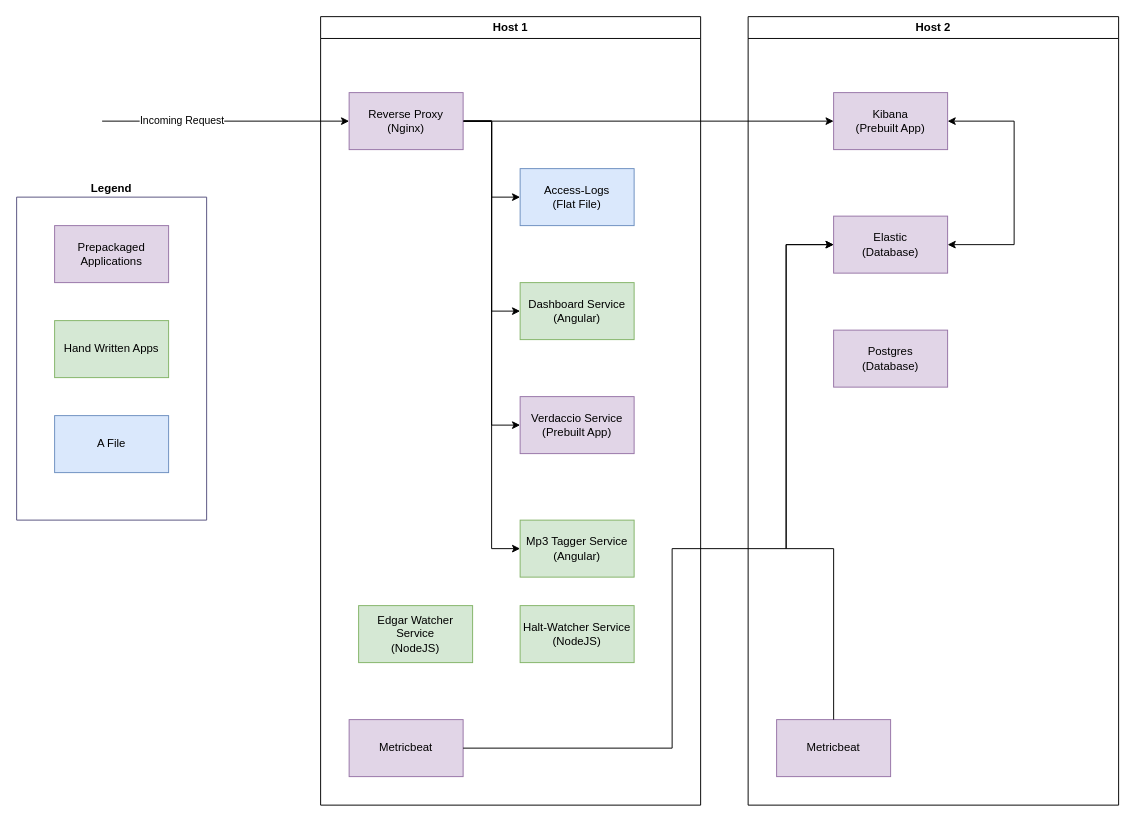
moondc/architecture-diagram keeps this draw.io diagram as page "Services" (2 of 3) of Architecture.drawio. Above is the earlier version. Source tidied: cells renumbered, new cells numbered last; positions are measured from the earlier drawing's top-left corner, leaving out a move shared by most shapes. Both pictures are drawn from the tidied source at 95%, with x=0, y=0 at pixel (16, 16).
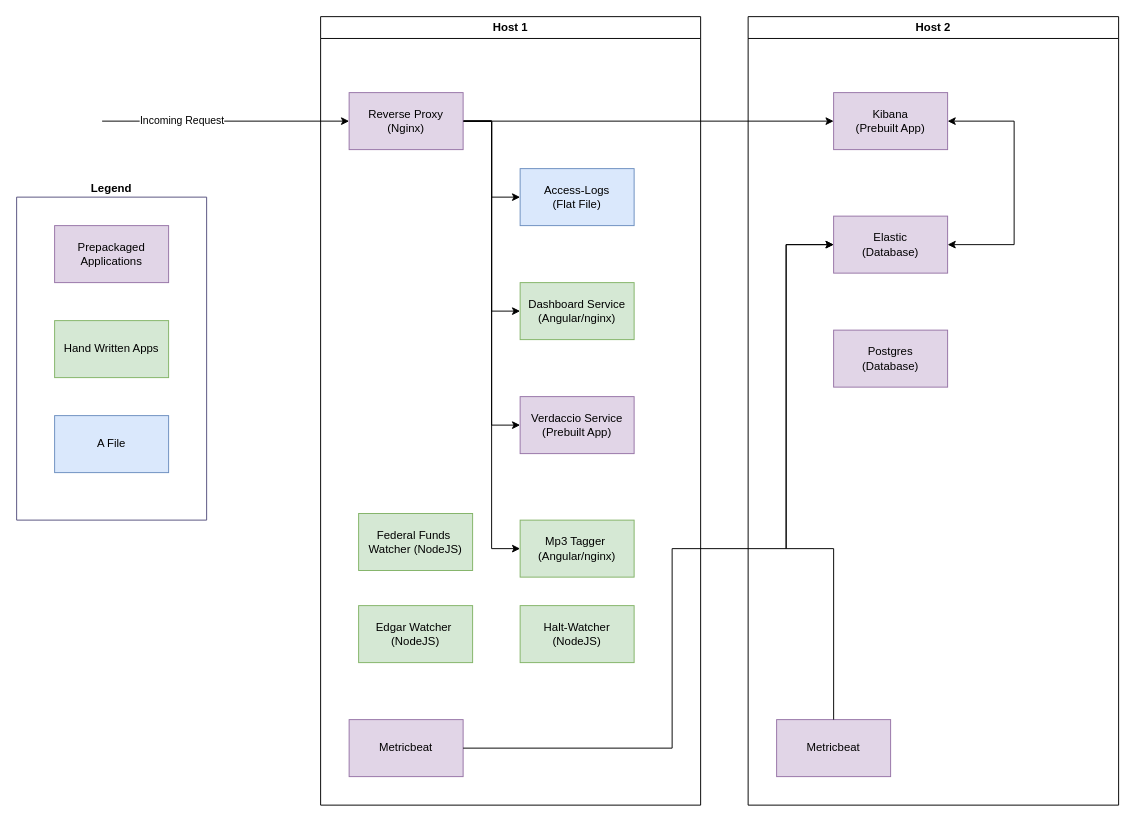
The same diagram, later.

Commit message:
updating arch diagram

Unchanged cells that the change refers to:
```xml
<mxCell id="2" value="Host 1" style="swimlane;whiteSpace=wrap;html=1;fillStyle=auto;gradientColor=none;" parent="1" vertex="1">
  <mxGeometry x="320" width="400" height="830" as="geometry" />
</mxCell>
```

The edit, as a diff of the source:
```diff
@@
-    <mxCell id="9" value="Dashboard Service&lt;div&gt;(Angular)&lt;/div&gt;" style="rounded=0;whiteSpace=wrap;html=1;fillColor=#d5e8d4;strokeColor=#82b366;" parent="2" vertex="1">
+    <mxCell id="9" value="Dashboard Service&lt;div&gt;(Angular/nginx)&lt;/div&gt;" style="rounded=0;whiteSpace=wrap;html=1;fillColor=#d5e8d4;strokeColor=#82b366;" parent="2" vertex="1">
       <mxGeometry x="210" y="280" width="120" height="60" as="geometry" />
     </mxCell>
@@
-    <mxCell id="12" value="Mp3 Tagger Service&lt;div&gt;(Angular)&lt;/div&gt;" style="rounded=0;whiteSpace=wrap;html=1;fillColor=#d5e8d4;strokeColor=#82b366;" parent="2" vertex="1">
+    <mxCell id="12" value="Mp3 Tagger&amp;nbsp;&lt;div&gt;(Angular/nginx)&lt;/div&gt;" style="rounded=0;whiteSpace=wrap;html=1;fillColor=#d5e8d4;strokeColor=#82b366;" parent="2" vertex="1">
       <mxGeometry x="210" y="530" width="120" height="60" as="geometry" />
     </mxCell>
-    <mxCell id="13" value="Edgar Watcher Service&lt;div&gt;(NodeJS)&lt;/div&gt;" style="rounded=0;whiteSpace=wrap;html=1;fillColor=#d5e8d4;strokeColor=#82b366;" parent="2" vertex="1">
+    <mxCell id="13" value="Edgar Watcher&amp;nbsp;&lt;div&gt;&lt;div&gt;(NodeJS)&lt;/div&gt;&lt;/div&gt;" style="rounded=0;whiteSpace=wrap;html=1;fillColor=#d5e8d4;strokeColor=#82b366;" parent="2" vertex="1">
       <mxGeometry x="40" y="620" width="120" height="60" as="geometry" />
     </mxCell>
-    <mxCell id="14" value="Halt-Watcher Service&lt;div&gt;(NodeJS)&lt;/div&gt;" style="rounded=0;whiteSpace=wrap;html=1;fillColor=#d5e8d4;strokeColor=#82b366;" parent="2" vertex="1">
+    <mxCell id="14" value="Halt-Watcher&lt;div&gt;(NodeJS)&lt;/div&gt;" style="rounded=0;whiteSpace=wrap;html=1;fillColor=#d5e8d4;strokeColor=#82b366;" parent="2" vertex="1">
       <mxGeometry x="210" y="620" width="120" height="60" as="geometry" />
     </mxCell>
+    <mxCell id="29" value="Federal Funds&amp;nbsp; Watcher&amp;nbsp;&lt;span style=&quot;background-color: initial;&quot;&gt;(NodeJS)&lt;/span&gt;" style="rounded=0;whiteSpace=wrap;html=1;fillColor=#d5e8d4;strokeColor=#82b366;" parent="2" vertex="1">
+      <mxGeometry x="40" y="523" width="120" height="60" as="geometry" />
+    </mxCell>
```
